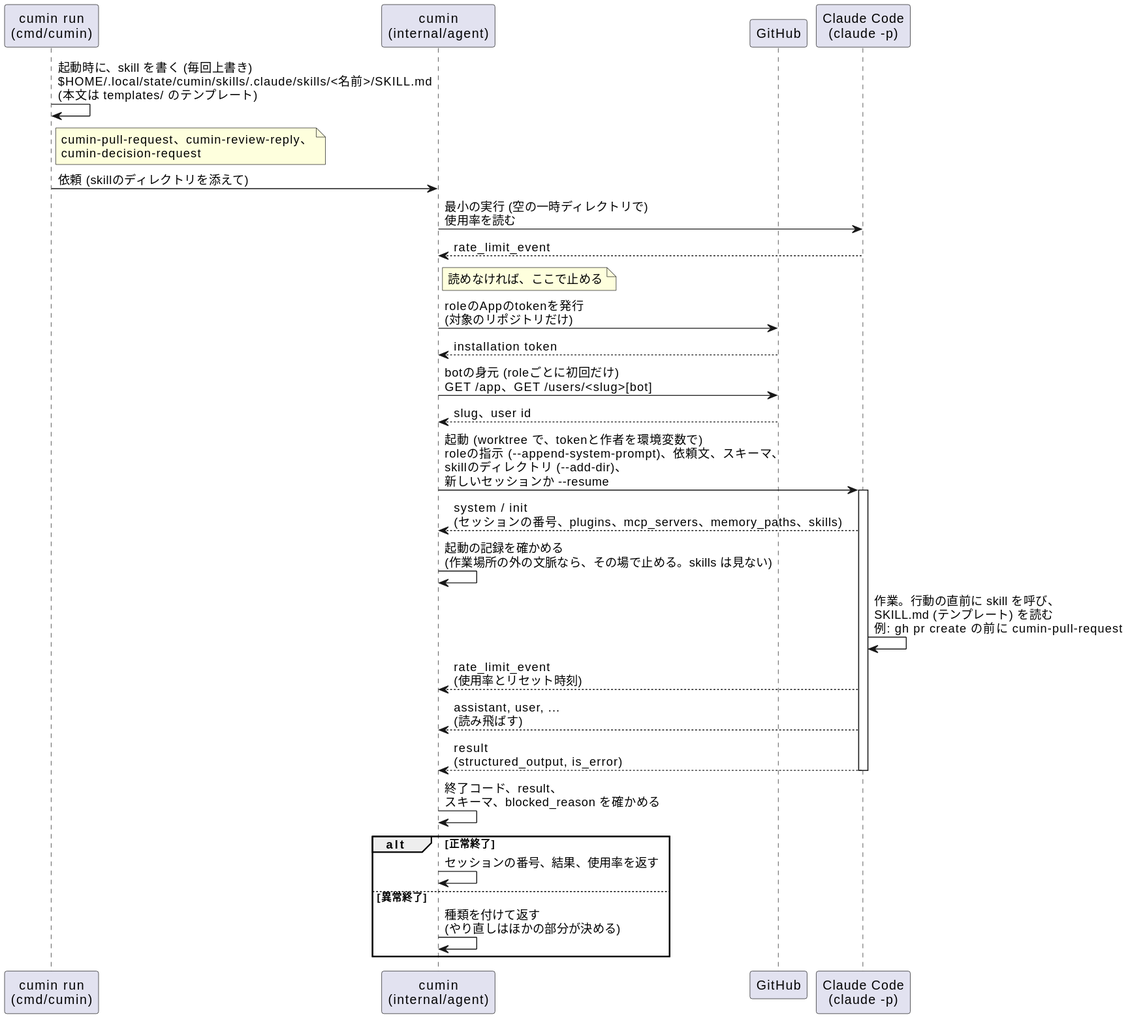
cloveclovedev/cumin-works keeps this PlantUML diagram as docs/ja/designs/agent-run.svg. Above is the earlier version.
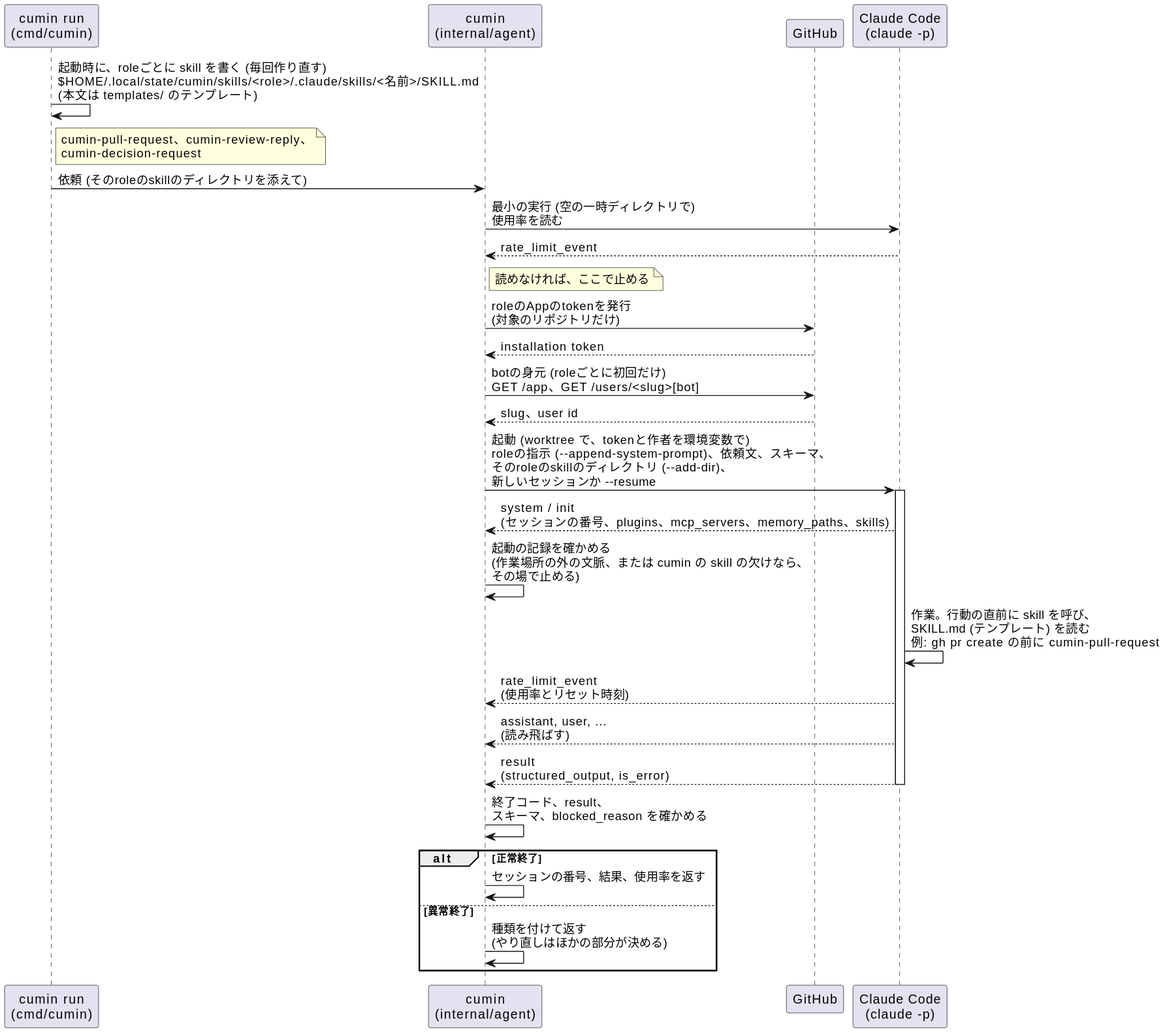
Above is the later version.

Commit message:
fix(agent): copy the roles of a skill, and update the sequence diagram

What changed in the source:
```diff
@@ -7,9 +7,9 @@
 participant "GitHub" as github
 participant "Claude Code\n(claude -p)" as claude
 
-run -> run : 起動時に、skill を書く (毎回上書き)\n$HOME/.local/state/cumin/skills/.claude/skills/<名前>/SKILL.md\n(本文は templates/ のテンプレート)
+run -> run : 起動時に、roleごとに skill を書く (毎回作り直す)\n$HOME/.local/state/cumin/skills/<role>/.claude/skills/<名前>/SKILL.md\n(本文は templates/ のテンプレート)
 note right of run : cumin-pull-request、cumin-review-reply、\ncumin-decision-request
-run -> cumin : 依頼 (skillのディレクトリを添えて)
+run -> cumin : 依頼 (そのroleのskillのディレクトリを添えて)
 
 cumin -> claude : 最小の実行 (空の一時ディレクトリで)\n使用率を読む
 claude --> cumin : rate_limit_event
@@ -20,10 +20,10 @@
 cumin -> github : botの身元 (roleごとに初回だけ)\nGET /app、GET /users/<slug>[bot]
 github --> cumin : slug、user id
 
-cumin -> claude : 起動 (worktree で、tokenと作者を環境変数で)\nroleの指示 (--append-system-prompt)、依頼文、スキーマ、\nskillのディレクトリ (--add-dir)、\n新しいセッションか --resume
+cumin -> claude : 起動 (worktree で、tokenと作者を環境変数で)\nroleの指示 (--append-system-prompt)、依頼文、スキーマ、\nそのroleのskillのディレクトリ (--add-dir)、\n新しいセッションか --resume
 activate claude
 claude --> cumin : system / init\n(セッションの番号、plugins、mcp_servers、memory_paths、skills)
-cumin -> cumin : 起動の記録を確かめる\n(作業場所の外の文脈なら、その場で止める。skills は見ない)
+cumin -> cumin : 起動の記録を確かめる\n(作業場所の外の文脈、または cumin の skill の欠けなら、\nその場で止める)
 claude -> claude : 作業。行動の直前に skill を呼び、\nSKILL.md (テンプレート) を読む\n例: gh pr create の前に cumin-pull-request
 claude --> cumin : rate_limit_event\n(使用率とリセット時刻)
 claude --> cumin : assistant, user, ...\n(読み飛ばす)
```
